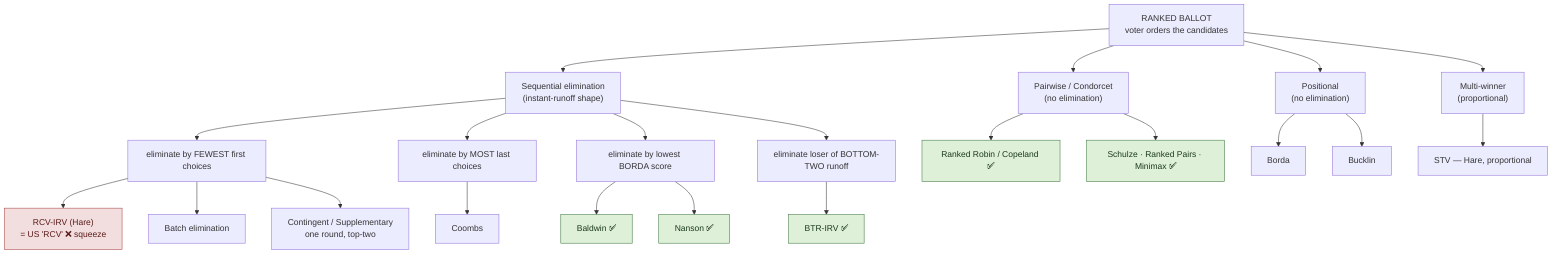
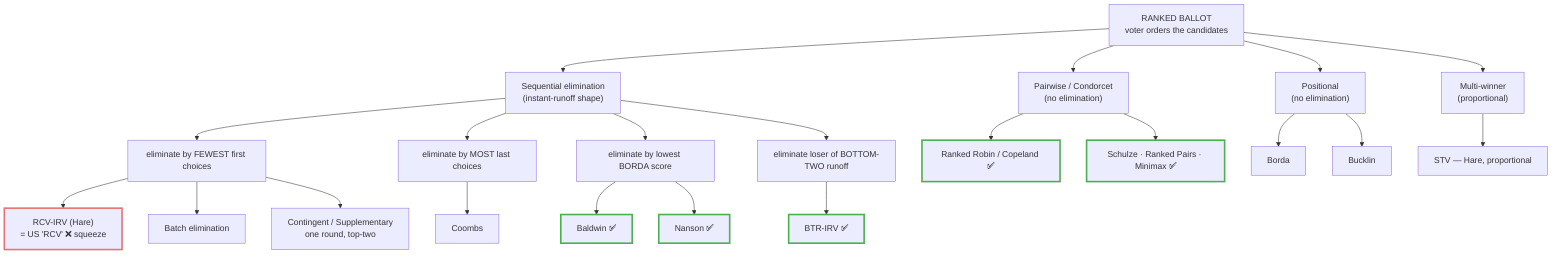
%% How ranked-voting (RCV) methods divide.
%% Same ranked ballot, different rules. ✅ = Condorcet-safe; ❌ = Hare center squeeze.
%% Score/rate methods (STAR, Approval, Score) are NOT ranked, so they're not shown.
graph TD
    R["RANKED BALLOT<br/>voter orders the candidates"]

    R --> SEQ["Sequential elimination<br/>(instant-runoff shape)"]
    R --> PW["Pairwise / Condorcet<br/>(no elimination)"]
    R --> POS["Positional<br/>(no elimination)"]
    R --> MW["Multi-winner<br/>(proportional)"]

    SEQ --> F1["eliminate by FEWEST first choices"]
    SEQ --> FL["eliminate by MOST last choices"]
    SEQ --> FB["eliminate by lowest BORDA score"]
    SEQ --> FH["eliminate loser of BOTTOM-TWO runoff"]

    F1 --> HARE["RCV-IRV (Hare)<br/>= US 'RCV' ❌ squeeze"]
    F1 --> BATCH["Batch elimination"]
    F1 --> CONT["Contingent / Supplementary<br/>one round, top-two"]
    FL --> COOMBS["Coombs"]
    FB --> BALD["Baldwin ✅"]
    FB --> NAN["Nanson ✅"]
    FH --> BTR["BTR-IRV ✅"]

    PW --> RR["Ranked Robin / Copeland ✅"]
    PW --> CMORE["Schulze · Ranked Pairs · Minimax ✅"]
    POS --> BORDA["Borda"]
    POS --> BUCK["Bucklin"]
    MW --> STV["STV — Hare, proportional"]

-     classDef safe fill:#dff0d8,stroke:#3c763d,color:#1b3a1b;
-     classDef squeeze fill:#f2dede,stroke:#a94442,color:#5a1a1a;
+     %% stroke-only highlighting: hard-coded fills break dark mode (the site theme
+     %% controls label color, so light fills get light text); borders work in both.
+     classDef safe stroke:#4caf50,stroke-width:3px;
+     classDef squeeze stroke:#e57373,stroke-width:3px;
    class BALD,NAN,BTR,RR,CMORE safe;
    class HARE squeeze;
